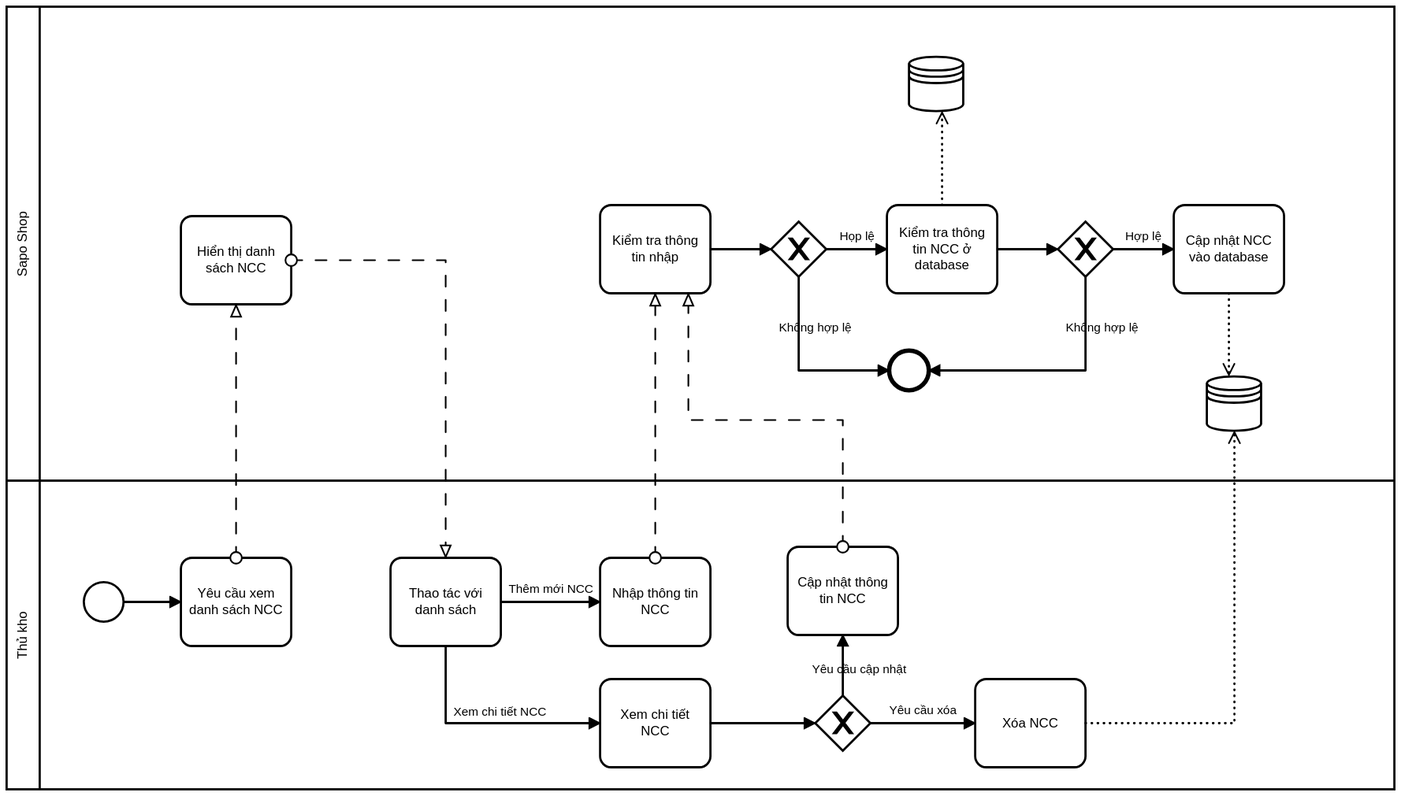
This is Requirement Analysis/storagekeeper.svg from thanghq99/sapo-intern-mockapp-inventory-importing-management, a BPMN export, as it was before one commit. Its source is kept beside it as Requirement Analysis/storagekeeper.bpmn. Ids are renumbered.
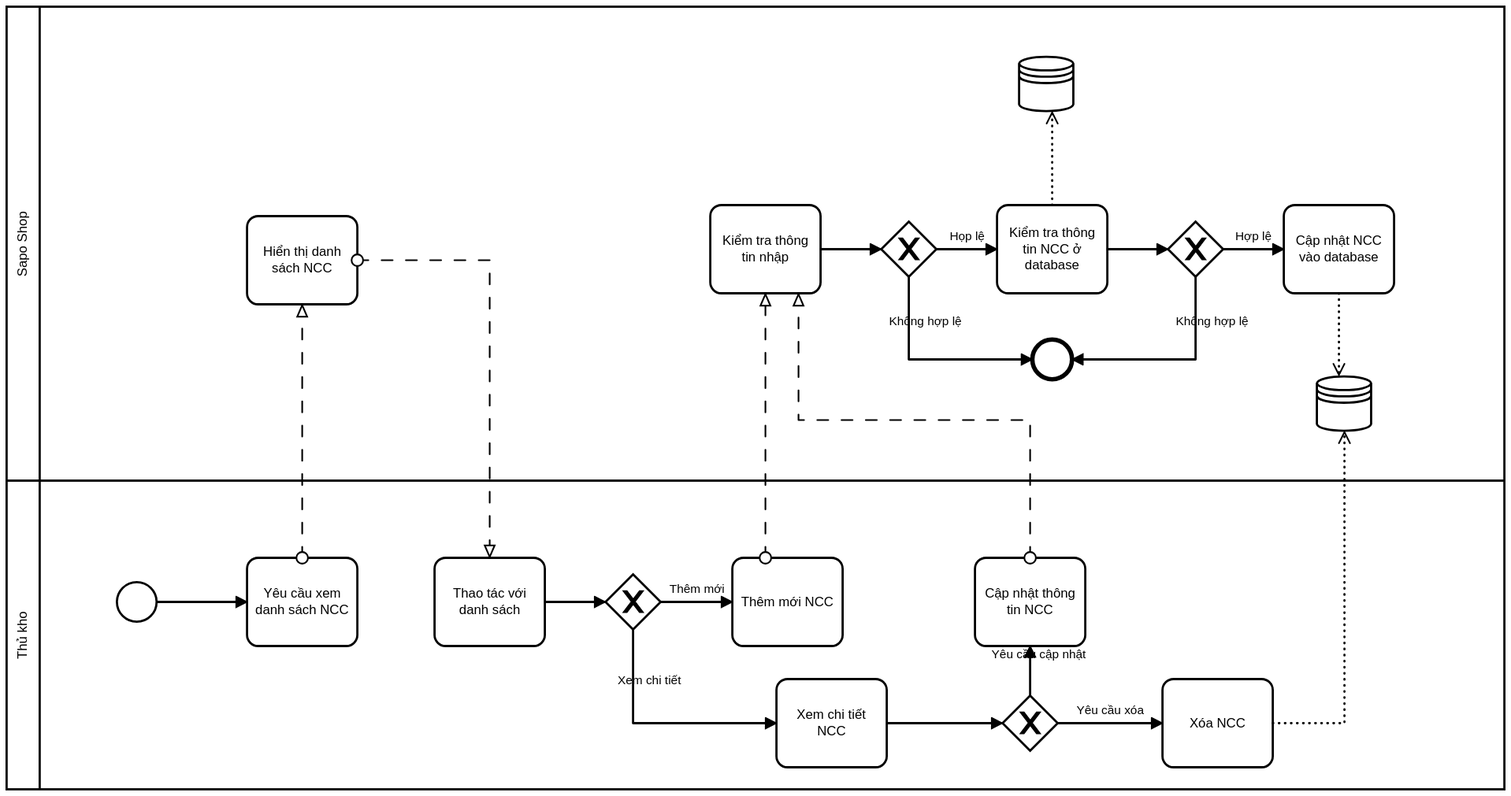
The same diagram one commit later.

Commit message:
Update BPNM for storekeeper

Diff of the diagram source:
```diff
@@ -8,7 +8,6 @@
     <bpmn:messageFlow id="Flow_n15" sourceRef="Activity_n16" targetRef="Activity_n14" />
   </bpmn:collaboration>
   <bpmn:process id="Process_n4" isExecutable="false">
-    <bpmn:task id="Activity_n9" name="Hiển thị danh sách NCC" />
     <bpmn:task id="Activity_n14" name="Kiểm tra thông tin nhập">
       <bpmn:outgoing>Flow_n17</bpmn:outgoing>
     </bpmn:task>
@@ -36,11 +35,12 @@
         <bpmn:targetRef>DataStoreReference_n30</bpmn:targetRef>
       </bpmn:dataOutputAssociation>
     </bpmn:task>
+    <bpmn:dataStoreReference id="DataStoreReference_n30" />
     <bpmn:endEvent id="Event_n31">
       <bpmn:incoming>Flow_n20</bpmn:incoming>
       <bpmn:incoming>Flow_n27</bpmn:incoming>
     </bpmn:endEvent>
-    <bpmn:dataStoreReference id="DataStoreReference_n30" />
+    <bpmn:task id="Activity_n9" name="Hiển thị danh sách NCC" />
     <bpmn:sequenceFlow id="Flow_n17" sourceRef="Activity_n14" targetRef="Gateway_n18" />
     <bpmn:sequenceFlow id="Flow_n19" name="Họp lệ" sourceRef="Gateway_n18" targetRef="Activity_n21" />
     <bpmn:sequenceFlow id="Flow_n22" sourceRef="Activity_n21" targetRef="Gateway_n25" />
@@ -49,27 +49,19 @@
     <bpmn:sequenceFlow id="Flow_n27" name="Không hợp lệ" sourceRef="Gateway_n25" targetRef="Event_n31" />
   </bpmn:process>
   <bpmn:process id="Process_n6">
+    <bpmn:task id="Activity_n11" name="Thao tác với danh sách">
+      <bpmn:outgoing>Flow_n43</bpmn:outgoing>
+    </bpmn:task>
+    <bpmn:task id="Activity_n8" name="Yêu cầu xem danh sách NCC">
+      <bpmn:incoming>Flow_n33</bpmn:incoming>
+    </bpmn:task>
     <bpmn:startEvent id="StartEvent_n32">
       <bpmn:outgoing>Flow_n33</bpmn:outgoing>
     </bpmn:startEvent>
-    <bpmn:task id="Activity_n8" name="Yêu cầu xem danh sách NCC">
-      <bpmn:incoming>Flow_n33</bpmn:incoming>
-    </bpmn:task>
-    <bpmn:task id="Activity_n11" name="Thao tác với danh sách">
-      <bpmn:outgoing>Flow_n34</bpmn:outgoing>
-      <bpmn:outgoing>Flow_n35</bpmn:outgoing>
-    </bpmn:task>
-    <bpmn:task id="Activity_n13" name="Nhập thông tin NCC">
-      <bpmn:incoming>Flow_n34</bpmn:incoming>
-    </bpmn:task>
-    <bpmn:task id="Activity_n36" name="Xem chi tiết NCC">
-      <bpmn:incoming>Flow_n35</bpmn:incoming>
-      <bpmn:outgoing>Flow_n37</bpmn:outgoing>
-    </bpmn:task>
-    <bpmn:exclusiveGateway id="Gateway_n38">
-      <bpmn:incoming>Flow_n37</bpmn:incoming>
-      <bpmn:outgoing>Flow_n39</bpmn:outgoing>
-      <bpmn:outgoing>Flow_n40</bpmn:outgoing>
+    <bpmn:exclusiveGateway id="Gateway_n44">
+      <bpmn:incoming>Flow_n43</bpmn:incoming>
+      <bpmn:outgoing>Flow_n45</bpmn:outgoing>
+      <bpmn:outgoing>Flow_n46</bpmn:outgoing>
     </bpmn:exclusiveGateway>
     <bpmn:task id="Activity_n16" name="Cập nhật thông tin NCC">
       <bpmn:incoming>Flow_n40</bpmn:incoming>
@@ -80,181 +72,201 @@
         <bpmn:targetRef>DataStoreReference_n30</bpmn:targetRef>
       </bpmn:dataOutputAssociation>
     </bpmn:task>
+    <bpmn:exclusiveGateway id="Gateway_n38">
+      <bpmn:incoming>Flow_n37</bpmn:incoming>
+      <bpmn:outgoing>Flow_n39</bpmn:outgoing>
+      <bpmn:outgoing>Flow_n40</bpmn:outgoing>
+    </bpmn:exclusiveGateway>
+    <bpmn:task id="Activity_n36" name="Xem chi tiết NCC">
+      <bpmn:incoming>Flow_n46</bpmn:incoming>
+      <bpmn:outgoing>Flow_n37</bpmn:outgoing>
+    </bpmn:task>
+    <bpmn:task id="Activity_n13" name="Thêm mới NCC">
+      <bpmn:incoming>Flow_n45</bpmn:incoming>
+    </bpmn:task>
     <bpmn:sequenceFlow id="Flow_n33" sourceRef="StartEvent_n32" targetRef="Activity_n8" />
-    <bpmn:sequenceFlow id="Flow_n34" name="Thêm mới NCC" sourceRef="Activity_n11" targetRef="Activity_n13" />
-    <bpmn:sequenceFlow id="Flow_n35" name="Xem chi tiết NCC" sourceRef="Activity_n11" targetRef="Activity_n36" />
     <bpmn:sequenceFlow id="Flow_n37" sourceRef="Activity_n36" targetRef="Gateway_n38" />
     <bpmn:sequenceFlow id="Flow_n39" name="Yêu cầu xóa" sourceRef="Gateway_n38" targetRef="Activity_n41" />
     <bpmn:sequenceFlow id="Flow_n40" name="Yêu cầu cập nhật" sourceRef="Gateway_n38" targetRef="Activity_n16" />
+    <bpmn:sequenceFlow id="Flow_n43" sourceRef="Activity_n11" targetRef="Gateway_n44" />
+    <bpmn:sequenceFlow id="Flow_n45" name="Thêm mới" sourceRef="Gateway_n44" targetRef="Activity_n13" />
+    <bpmn:sequenceFlow id="Flow_n46" name="Xem chi tiết" sourceRef="Gateway_n44" targetRef="Activity_n36" />
   </bpmn:process>
   <bpmndi:BPMNDiagram id="BPMNDiagram_1">
     <bpmndi:BPMNPlane id="BPMNPlane_1" bpmnElement="Collaboration_n2">
       <bpmndi:BPMNShape id="Participant_n3_di" bpmnElement="Participant_n3" isHorizontal="true">
-        <dc:Bounds x="152" y="80" width="1258" height="430" />
+        <dc:Bounds x="152" y="80" width="1358" height="430" />
       </bpmndi:BPMNShape>
       <bpmndi:BPMNEdge id="Flow_n17_di" bpmnElement="Flow_n17">
-        <di:waypoint x="790" y="300" />
-        <di:waypoint x="845" y="300" />
+        <di:waypoint x="890" y="300" />
+        <di:waypoint x="945" y="300" />
       </bpmndi:BPMNEdge>
       <bpmndi:BPMNEdge id="Flow_n19_di" bpmnElement="Flow_n19">
-        <di:waypoint x="895" y="300" />
-        <di:waypoint x="950" y="300" />
+        <di:waypoint x="995" y="300" />
+        <di:waypoint x="1050" y="300" />
         <bpmndi:BPMNLabel>
-          <dc:Bounds x="907" y="282" width="32" height="14" />
+          <dc:Bounds x="1007" y="282" width="32" height="14" />
         </bpmndi:BPMNLabel>
       </bpmndi:BPMNEdge>
       <bpmndi:BPMNEdge id="Flow_n22_di" bpmnElement="Flow_n22">
-        <di:waypoint x="1050" y="300" />
-        <di:waypoint x="1105" y="300" />
+        <di:waypoint x="1150" y="300" />
+        <di:waypoint x="1205" y="300" />
       </bpmndi:BPMNEdge>
       <bpmndi:BPMNEdge id="Flow_n26_di" bpmnElement="Flow_n26">
-        <di:waypoint x="1155" y="300" />
-        <di:waypoint x="1210" y="300" />
+        <di:waypoint x="1255" y="300" />
+        <di:waypoint x="1310" y="300" />
         <bpmndi:BPMNLabel>
-          <dc:Bounds x="1166" y="282" width="33" height="14" />
+          <dc:Bounds x="1266" y="282" width="33" height="14" />
         </bpmndi:BPMNLabel>
       </bpmndi:BPMNEdge>
       <bpmndi:BPMNEdge id="Flow_n20_di" bpmnElement="Flow_n20">
-        <di:waypoint x="870" y="325" />
-        <di:waypoint x="870" y="410" />
-        <di:waypoint x="952" y="410" />
+        <di:waypoint x="970" y="325" />
+        <di:waypoint x="970" y="400" />
+        <di:waypoint x="1082" y="400" />
         <bpmndi:BPMNLabel>
-          <dc:Bounds x="852" y="365" width="66" height="14" />
+          <dc:Bounds x="952" y="359" width="66" height="14" />
         </bpmndi:BPMNLabel>
       </bpmndi:BPMNEdge>
       <bpmndi:BPMNEdge id="Flow_n27_di" bpmnElement="Flow_n27">
-        <di:waypoint x="1130" y="325" />
-        <di:waypoint x="1130" y="410" />
-        <di:waypoint x="988" y="410" />
+        <di:waypoint x="1230" y="325" />
+        <di:waypoint x="1230" y="400" />
+        <di:waypoint x="1118" y="400" />
         <bpmndi:BPMNLabel>
-          <dc:Bounds x="1112" y="365" width="66" height="14" />
+          <dc:Bounds x="1212" y="359" width="66" height="14" />
         </bpmndi:BPMNLabel>
       </bpmndi:BPMNEdge>
-      <bpmndi:BPMNShape id="Activity_n9_di" bpmnElement="Activity_n9">
-        <dc:Bounds x="310" y="270" width="100" height="80" />
-      </bpmndi:BPMNShape>
       <bpmndi:BPMNShape id="Activity_n14_di" bpmnElement="Activity_n14">
-        <dc:Bounds x="690" y="260" width="100" height="80" />
+        <dc:Bounds x="790" y="260" width="100" height="80" />
       </bpmndi:BPMNShape>
       <bpmndi:BPMNShape id="Gateway_n18_di" bpmnElement="Gateway_n18" isMarkerVisible="true">
-        <dc:Bounds x="845" y="275" width="50" height="50" />
+        <dc:Bounds x="945" y="275" width="50" height="50" />
       </bpmndi:BPMNShape>
       <bpmndi:BPMNShape id="Activity_n21_di" bpmnElement="Activity_n21">
-        <dc:Bounds x="950" y="260" width="100" height="80" />
+        <dc:Bounds x="1050" y="260" width="100" height="80" />
       </bpmndi:BPMNShape>
       <bpmndi:BPMNShape id="DataStoreReference_n24_di" bpmnElement="DataStoreReference_n24">
-        <dc:Bounds x="970" y="125" width="50" height="50" />
+        <dc:Bounds x="1070" y="125" width="50" height="50" />
       </bpmndi:BPMNShape>
       <bpmndi:BPMNShape id="Gateway_n25_di" bpmnElement="Gateway_n25" isMarkerVisible="true">
-        <dc:Bounds x="1105" y="275" width="50" height="50" />
+        <dc:Bounds x="1205" y="275" width="50" height="50" />
       </bpmndi:BPMNShape>
       <bpmndi:BPMNShape id="Activity_n28_di" bpmnElement="Activity_n28">
-        <dc:Bounds x="1210" y="260" width="100" height="80" />
+        <dc:Bounds x="1310" y="260" width="100" height="80" />
+      </bpmndi:BPMNShape>
+      <bpmndi:BPMNShape id="DataStoreReference_n30_di" bpmnElement="DataStoreReference_n30">
+        <dc:Bounds x="1340" y="415" width="50" height="50" />
       </bpmndi:BPMNShape>
       <bpmndi:BPMNShape id="Event_n31_di" bpmnElement="Event_n31">
-        <dc:Bounds x="952" y="392" width="36" height="36" />
+        <dc:Bounds x="1082" y="382" width="36" height="36" />
       </bpmndi:BPMNShape>
-      <bpmndi:BPMNShape id="DataStoreReference_n30_di" bpmnElement="DataStoreReference_n30">
-        <dc:Bounds x="1240" y="415" width="50" height="50" />
+      <bpmndi:BPMNShape id="Activity_n9_di" bpmnElement="Activity_n9">
+        <dc:Bounds x="370" y="270" width="100" height="80" />
       </bpmndi:BPMNShape>
       <bpmndi:BPMNShape id="Participant_n5_di" bpmnElement="Participant_n5" isHorizontal="true">
-        <dc:Bounds x="152" y="510" width="1258" height="280" />
+        <dc:Bounds x="152" y="510" width="1358" height="280" />
       </bpmndi:BPMNShape>
       <bpmndi:BPMNEdge id="Flow_n33_di" bpmnElement="Flow_n33">
-        <di:waypoint x="258" y="620" />
-        <di:waypoint x="310" y="620" />
-      </bpmndi:BPMNEdge>
-      <bpmndi:BPMNEdge id="Flow_n34_di" bpmnElement="Flow_n34">
-        <di:waypoint x="600" y="620" />
-        <di:waypoint x="690" y="620" />
-        <bpmndi:BPMNLabel>
-          <dc:Bounds x="607" y="602" width="77" height="14" />
-        </bpmndi:BPMNLabel>
-      </bpmndi:BPMNEdge>
-      <bpmndi:BPMNEdge id="Flow_n35_di" bpmnElement="Flow_n35">
-        <di:waypoint x="550" y="660" />
-        <di:waypoint x="550" y="730" />
-        <di:waypoint x="690" y="730" />
-        <bpmndi:BPMNLabel>
-          <dc:Bounds x="557" y="713" width="85" height="14" />
-        </bpmndi:BPMNLabel>
+        <di:waypoint x="288" y="620" />
+        <di:waypoint x="370" y="620" />
       </bpmndi:BPMNEdge>
       <bpmndi:BPMNEdge id="Flow_n37_di" bpmnElement="Flow_n37">
-        <di:waypoint x="790" y="730" />
-        <di:waypoint x="885" y="730" />
+        <di:waypoint x="950" y="730" />
+        <di:waypoint x="1055" y="730" />
       </bpmndi:BPMNEdge>
       <bpmndi:BPMNEdge id="Flow_n39_di" bpmnElement="Flow_n39">
-        <di:waypoint x="935" y="730" />
-        <di:waypoint x="1030" y="730" />
+        <di:waypoint x="1105" y="730" />
+        <di:waypoint x="1200" y="730" />
         <bpmndi:BPMNLabel>
-          <dc:Bounds x="952" y="712" width="62" height="14" />
+          <dc:Bounds x="1122" y="712" width="62" height="14" />
         </bpmndi:BPMNLabel>
       </bpmndi:BPMNEdge>
       <bpmndi:BPMNEdge id="Flow_n40_di" bpmnElement="Flow_n40">
-        <di:waypoint x="910" y="705" />
-        <di:waypoint x="910" y="650" />
+        <di:waypoint x="1080" y="705" />
+        <di:waypoint x="1080" y="660" />
         <bpmndi:BPMNLabel>
-          <dc:Bounds x="882" y="675" width="86" height="14" />
+          <dc:Bounds x="1045" y="661" width="86" height="14" />
         </bpmndi:BPMNLabel>
       </bpmndi:BPMNEdge>
+      <bpmndi:BPMNEdge id="Flow_n43_di" bpmnElement="Flow_n43">
+        <di:waypoint x="640" y="620" />
+        <di:waypoint x="695" y="620" />
+      </bpmndi:BPMNEdge>
+      <bpmndi:BPMNEdge id="Flow_n45_di" bpmnElement="Flow_n45">
+        <di:waypoint x="745" y="620" />
+        <di:waypoint x="810" y="620" />
+        <bpmndi:BPMNLabel>
+          <dc:Bounds x="753" y="602" width="50" height="14" />
+        </bpmndi:BPMNLabel>
+      </bpmndi:BPMNEdge>
+      <bpmndi:BPMNEdge id="Flow_n46_di" bpmnElement="Flow_n46">
+        <di:waypoint x="720" y="645" />
+        <di:waypoint x="720" y="730" />
+        <di:waypoint x="850" y="730" />
+        <bpmndi:BPMNLabel>
+          <dc:Bounds x="706" y="685" width="58" height="14" />
+        </bpmndi:BPMNLabel>
+      </bpmndi:BPMNEdge>
+      <bpmndi:BPMNShape id="Activity_n11_di" bpmnElement="Activity_n11">
+        <dc:Bounds x="540" y="580" width="100" height="80" />
+      </bpmndi:BPMNShape>
+      <bpmndi:BPMNShape id="Activity_n8_di" bpmnElement="Activity_n8">
+        <dc:Bounds x="370" y="580" width="100" height="80" />
+      </bpmndi:BPMNShape>
       <bpmndi:BPMNShape id="_BPMNShape_StartEvent_2" bpmnElement="StartEvent_n32">
-        <dc:Bounds x="222" y="602" width="36" height="36" />
+        <dc:Bounds x="252" y="602" width="36" height="36" />
         <bpmndi:BPMNLabel>
           <dc:Bounds x="201" y="485" width="78" height="27" />
         </bpmndi:BPMNLabel>
       </bpmndi:BPMNShape>
-      <bpmndi:BPMNShape id="Activity_n8_di" bpmnElement="Activity_n8">
-        <dc:Bounds x="310" y="580" width="100" height="80" />
+      <bpmndi:BPMNShape id="Gateway_n44_di" bpmnElement="Gateway_n44" isMarkerVisible="true">
+        <dc:Bounds x="695" y="595" width="50" height="50" />
       </bpmndi:BPMNShape>
-      <bpmndi:BPMNShape id="Activity_n11_di" bpmnElement="Activity_n11">
-        <dc:Bounds x="500" y="580" width="100" height="80" />
+      <bpmndi:BPMNShape id="Activity_n16_di" bpmnElement="Activity_n16">
+        <dc:Bounds x="1030" y="580" width="100" height="80" />
+      </bpmndi:BPMNShape>
+      <bpmndi:BPMNShape id="Activity_n41_di" bpmnElement="Activity_n41">
+        <dc:Bounds x="1200" y="690" width="100" height="80" />
+      </bpmndi:BPMNShape>
+      <bpmndi:BPMNShape id="Gateway_n38_di" bpmnElement="Gateway_n38" isMarkerVisible="true">
+        <dc:Bounds x="1055" y="705" width="50" height="50" />
+      </bpmndi:BPMNShape>
+      <bpmndi:BPMNShape id="Activity_n36_di" bpmnElement="Activity_n36">
+        <dc:Bounds x="850" y="690" width="100" height="80" />
       </bpmndi:BPMNShape>
       <bpmndi:BPMNShape id="Activity_n13_di" bpmnElement="Activity_n13">
-        <dc:Bounds x="690" y="580" width="100" height="80" />
-      </bpmndi:BPMNShape>
-      <bpmndi:BPMNShape id="Activity_n36_di" bpmnElement="Activity_n36">
-        <dc:Bounds x="690" y="690" width="100" height="80" />
-      </bpmndi:BPMNShape>
-      <bpmndi:BPMNShape id="Gateway_n38_di" bpmnElement="Gateway_n38" isMarkerVisible="true">
-        <dc:Bounds x="885" y="705" width="50" height="50" />
-      </bpmndi:BPMNShape>
-      <bpmndi:BPMNShape id="Activity_n16_di" bpmnElement="Activity_n16">
-        <dc:Bounds x="860" y="570" width="100" height="80" />
-      </bpmndi:BPMNShape>
-      <bpmndi:BPMNShape id="Activity_n41_di" bpmnElement="Activity_n41">
-        <dc:Bounds x="1030" y="690" width="100" height="80" />
+        <dc:Bounds x="810" y="580" width="100" height="80" />
       </bpmndi:BPMNShape>
       <bpmndi:BPMNEdge id="Flow_n7_di" bpmnElement="Flow_n7">
-        <di:waypoint x="360" y="580" />
-        <di:waypoint x="360" y="350" />
+        <di:waypoint x="420" y="580" />
+        <di:waypoint x="420" y="350" />
       </bpmndi:BPMNEdge>
       <bpmndi:BPMNEdge id="Flow_n10_di" bpmnElement="Flow_n10">
-        <di:waypoint x="410" y="310" />
-        <di:waypoint x="550" y="310" />
-        <di:waypoint x="550" y="580" />
+        <di:waypoint x="470" y="310" />
+        <di:waypoint x="590" y="310" />
+        <di:waypoint x="590" y="580" />
       </bpmndi:BPMNEdge>
       <bpmndi:BPMNEdge id="Flow_n12_di" bpmnElement="Flow_n12">
-        <di:waypoint x="740" y="580" />
-        <di:waypoint x="740" y="340" />
+        <di:waypoint x="840" y="580" />
+        <di:waypoint x="840" y="340" />
       </bpmndi:BPMNEdge>
       <bpmndi:BPMNEdge id="Flow_n15_di" bpmnElement="Flow_n15">
-        <di:waypoint x="910" y="570" />
-        <di:waypoint x="910" y="455" />
-        <di:waypoint x="770" y="455" />
-        <di:waypoint x="770" y="340" />
+        <di:waypoint x="1080" y="580" />
+        <di:waypoint x="1080" y="455" />
+        <di:waypoint x="870" y="455" />
+        <di:waypoint x="870" y="340" />
       </bpmndi:BPMNEdge>
       <bpmndi:BPMNEdge id="DataOutputAssociation_n23_di" bpmnElement="DataOutputAssociation_n23">
-        <di:waypoint x="1000" y="260" />
-        <di:waypoint x="1000" y="175" />
+        <di:waypoint x="1100" y="260" />
+        <di:waypoint x="1100" y="175" />
       </bpmndi:BPMNEdge>
       <bpmndi:BPMNEdge id="DataOutputAssociation_n29_di" bpmnElement="DataOutputAssociation_n29">
-        <di:waypoint x="1260" y="340" />
-        <di:waypoint x="1260" y="415" />
+        <di:waypoint x="1360" y="340" />
+        <di:waypoint x="1360" y="415" />
       </bpmndi:BPMNEdge>
       <bpmndi:BPMNEdge id="DataOutputAssociation_n42_di" bpmnElement="DataOutputAssociation_n42">
-        <di:waypoint x="1130" y="730" />
-        <di:waypoint x="1265" y="730" />
-        <di:waypoint x="1265" y="465" />
+        <di:waypoint x="1300" y="730" />
+        <di:waypoint x="1365" y="730" />
+        <di:waypoint x="1365" y="465" />
       </bpmndi:BPMNEdge>
     </bpmndi:BPMNPlane>
   </bpmndi:BPMNDiagram>
```
